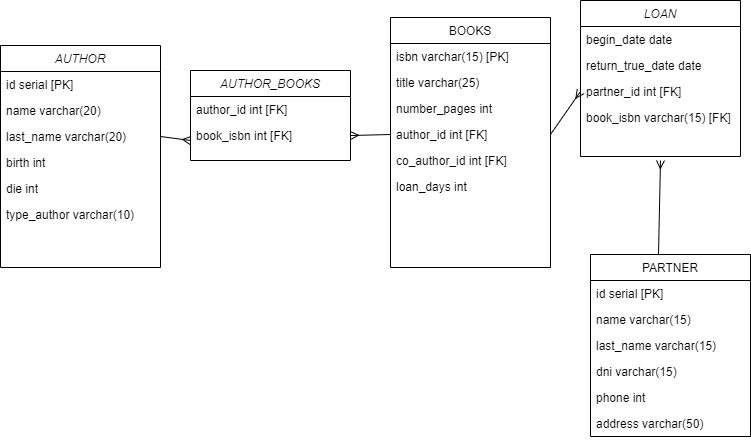
MendezPedro/Prueba_Modelamiento keeps this draw.io diagram as Modelo_Físico.png. Above is the earlier version. Source tidied: cells renumbered, new cells last; positions are measured from the earlier drawing's top-left corner, leaving out a move shared by most shapes. Source of this version:
```xml
<mxGraphModel>
  <root>
    <mxCell id="0" />
    <mxCell id="1" parent="0" />
    <mxCell id="2" value="LOAN" style="swimlane;fontStyle=2;align=center;verticalAlign=top;horizontal=1;startSize=26;rounded=0;shadow=0;strokeWidth=1;" parent="1" vertex="1">
      <mxGeometry x="580" width="160" height="156" as="geometry" />
    </mxCell>
    <mxCell id="3" value="begin_date date" style="text;align=left;verticalAlign=top;spacingLeft=4;spacingRight=4;overflow=hidden;" parent="2" vertex="1">
      <mxGeometry y="26" width="160" height="26" as="geometry" />
    </mxCell>
    <mxCell id="4" value="return_true_date date" style="text;align=left;verticalAlign=top;spacingLeft=4;spacingRight=4;overflow=hidden;rounded=0;shadow=0;html=0;" parent="2" vertex="1">
      <mxGeometry y="52" width="160" height="26" as="geometry" />
    </mxCell>
    <mxCell id="5" value="partner_id int [FK]" style="text;align=left;verticalAlign=top;spacingLeft=4;spacingRight=4;overflow=hidden;points=[[0,0.5],[1,0.5]];portConstraint=eastwest;rounded=0;shadow=0;html=0;" parent="2" vertex="1">
      <mxGeometry y="78" width="160" height="26" as="geometry" />
    </mxCell>
    <mxCell id="6" value="book_isbn varchar(15) [FK]" style="text;align=left;verticalAlign=top;spacingLeft=4;spacingRight=4;overflow=hidden;rounded=0;shadow=0;html=0;" parent="2" vertex="1">
      <mxGeometry y="104" width="160" height="26" as="geometry" />
    </mxCell>
    <mxCell id="7" value="PARTNER" style="swimlane;fontStyle=0;align=center;verticalAlign=top;horizontal=1;startSize=26;rounded=0;shadow=0;strokeWidth=1;" parent="1" vertex="1">
      <mxGeometry x="590" y="254" width="160" height="182" as="geometry" />
    </mxCell>
    <mxCell id="8" value="id serial [PK]" style="text;align=left;verticalAlign=top;spacingLeft=4;spacingRight=4;overflow=hidden;" parent="7" vertex="1">
      <mxGeometry y="26" width="160" height="26" as="geometry" />
    </mxCell>
    <mxCell id="9" value="name varchar(15)" style="text;align=left;verticalAlign=top;spacingLeft=4;spacingRight=4;overflow=hidden;" parent="7" vertex="1">
      <mxGeometry y="52" width="160" height="26" as="geometry" />
    </mxCell>
    <mxCell id="10" value="last_name varchar(15)" style="text;align=left;verticalAlign=top;spacingLeft=4;spacingRight=4;overflow=hidden;rounded=0;shadow=0;html=0;" parent="7" vertex="1">
      <mxGeometry y="78" width="160" height="26" as="geometry" />
    </mxCell>
    <mxCell id="11" value="dni varchar(15)" style="text;align=left;verticalAlign=top;spacingLeft=4;spacingRight=4;overflow=hidden;fontStyle=0;" parent="7" vertex="1">
      <mxGeometry y="104" width="160" height="26" as="geometry" />
    </mxCell>
    <mxCell id="12" value="phone int" style="text;align=left;verticalAlign=top;spacingLeft=4;spacingRight=4;overflow=hidden;" parent="7" vertex="1">
      <mxGeometry y="130" width="160" height="26" as="geometry" />
    </mxCell>
    <mxCell id="13" value="address varchar(50)" style="text;align=left;verticalAlign=top;spacingLeft=4;spacingRight=4;overflow=hidden;" parent="7" vertex="1">
      <mxGeometry y="156" width="160" height="26" as="geometry" />
    </mxCell>
    <mxCell id="14" value="BOOKS" style="swimlane;fontStyle=0;align=center;verticalAlign=top;horizontal=1;startSize=26;rounded=0;shadow=0;strokeWidth=1;" parent="1" vertex="1">
      <mxGeometry x="390" y="17" width="160" height="250" as="geometry" />
    </mxCell>
    <mxCell id="15" value="isbn varchar(15) [PK]" style="text;align=left;verticalAlign=top;spacingLeft=4;spacingRight=4;overflow=hidden;" parent="14" vertex="1">
      <mxGeometry y="26" width="160" height="26" as="geometry" />
    </mxCell>
    <mxCell id="16" value="title varchar(25)" style="text;align=left;verticalAlign=top;spacingLeft=4;spacingRight=4;overflow=hidden;rounded=0;shadow=0;html=0;" parent="14" vertex="1">
      <mxGeometry y="52" width="160" height="26" as="geometry" />
    </mxCell>
    <mxCell id="17" value="number_pages int" style="text;align=left;verticalAlign=top;spacingLeft=4;spacingRight=4;overflow=hidden;" parent="14" vertex="1">
      <mxGeometry y="78" width="160" height="26" as="geometry" />
    </mxCell>
    <mxCell id="18" value="author_id int [FK]" style="text;align=left;verticalAlign=top;spacingLeft=4;spacingRight=4;overflow=hidden;points=[[0,0.5],[1,0.5]];portConstraint=eastwest;" parent="14" vertex="1">
      <mxGeometry y="104" width="160" height="26" as="geometry" />
    </mxCell>
    <mxCell id="19" value="co_author_id int [FK]" style="text;align=left;verticalAlign=top;spacingLeft=4;spacingRight=4;overflow=hidden;" parent="14" vertex="1">
      <mxGeometry y="130" width="160" height="26" as="geometry" />
    </mxCell>
    <mxCell id="20" value="loan_days int" style="text;align=left;verticalAlign=top;spacingLeft=4;spacingRight=4;overflow=hidden;" parent="14" vertex="1">
      <mxGeometry y="156" width="160" height="26" as="geometry" />
    </mxCell>
    <mxCell id="21" style="endArrow=ERmany;html=1;entryX=0;entryY=0.5;entryDx=0;entryDy=0;endFill=0;exitX=1;exitY=0.5;exitDx=0;exitDy=0;" parent="1" edge="1" source="18" target="5">
      <mxGeometry relative="1" as="geometry" />
    </mxCell>
    <mxCell id="22" style="endArrow=none;html=1;entryX=0.425;entryY=0;entryDx=0;entryDy=0;entryPerimeter=0;startArrow=ERmany;startFill=0;" parent="1" edge="1" target="7">
      <mxGeometry relative="1" as="geometry">
        <mxPoint x="660" y="160" as="sourcePoint" />
      </mxGeometry>
    </mxCell>
    <mxCell id="23" value="AUTHOR" style="swimlane;fontStyle=2;align=center;verticalAlign=top;horizontal=1;startSize=26;rounded=0;shadow=0;strokeWidth=1;" parent="1" vertex="1">
      <mxGeometry y="45" width="160" height="222" as="geometry" />
    </mxCell>
    <mxCell id="24" value="id serial [PK]" style="text;align=left;verticalAlign=top;spacingLeft=4;spacingRight=4;overflow=hidden;rounded=0;shadow=0;html=0;" parent="23" vertex="1">
      <mxGeometry y="26" width="160" height="26" as="geometry" />
    </mxCell>
    <mxCell id="25" value="name varchar(20)" style="text;align=left;verticalAlign=top;spacingLeft=4;spacingRight=4;overflow=hidden;rounded=0;shadow=0;html=0;" parent="23" vertex="1">
      <mxGeometry y="52" width="160" height="26" as="geometry" />
    </mxCell>
    <mxCell id="26" value="last_name varchar(20)" style="text;align=left;verticalAlign=top;spacingLeft=4;spacingRight=4;overflow=hidden;points=[[0,0.5],[1,0.5]];portConstraint=eastwest;rounded=0;shadow=0;html=0;" parent="23" vertex="1">
      <mxGeometry y="78" width="160" height="26" as="geometry" />
    </mxCell>
    <mxCell id="27" value="birth int" style="text;align=left;verticalAlign=top;spacingLeft=4;spacingRight=4;overflow=hidden;rounded=0;shadow=0;html=0;" parent="23" vertex="1">
      <mxGeometry y="104" width="160" height="26" as="geometry" />
    </mxCell>
    <mxCell id="28" value="die int" style="text;align=left;verticalAlign=top;spacingLeft=4;spacingRight=4;overflow=hidden;rounded=0;shadow=0;html=0;" parent="23" vertex="1">
      <mxGeometry y="130" width="160" height="26" as="geometry" />
    </mxCell>
    <mxCell id="29" value="type_author varchar(10)" style="text;align=left;verticalAlign=top;spacingLeft=4;spacingRight=4;overflow=hidden;" parent="23" vertex="1">
      <mxGeometry y="156" width="160" height="66" as="geometry" />
    </mxCell>
    <mxCell id="30" style="endArrow=ERmany;html=1;endFill=0;exitX=0;exitY=0.5;exitDx=0;exitDy=0;entryX=1;entryY=0.5;entryDx=0;entryDy=0;" parent="1" edge="1" source="18">
      <mxGeometry relative="1" as="geometry">
        <mxPoint x="350" y="135" as="targetPoint" />
      </mxGeometry>
    </mxCell>
    <mxCell id="31" value="AUTHOR_BOOKS" style="swimlane;fontStyle=2;align=center;verticalAlign=top;horizontal=1;startSize=26;rounded=0;shadow=0;strokeWidth=1;" parent="1" vertex="1">
      <mxGeometry x="190" y="70" width="160" height="90" as="geometry" />
    </mxCell>
    <mxCell id="32" value="author_id int [FK]" style="text;align=left;verticalAlign=top;spacingLeft=4;spacingRight=4;overflow=hidden;rounded=0;shadow=0;html=0;" parent="31" vertex="1">
      <mxGeometry y="26" width="160" height="26" as="geometry" />
    </mxCell>
    <mxCell id="33" value="book_isbn int [FK]" style="text;align=left;verticalAlign=top;spacingLeft=4;spacingRight=4;overflow=hidden;rounded=0;shadow=0;html=0;" parent="31" vertex="1">
      <mxGeometry y="52" width="160" height="26" as="geometry" />
    </mxCell>
    <mxCell id="34" style="endArrow=none;html=1;entryX=1;entryY=0.5;entryDx=0;entryDy=0;startArrow=ERmany;startFill=0;" parent="1" edge="1" target="26">
      <mxGeometry relative="1" as="geometry">
        <mxPoint x="190" y="140" as="sourcePoint" />
      </mxGeometry>
    </mxCell>
  </root>
</mxGraphModel>
```
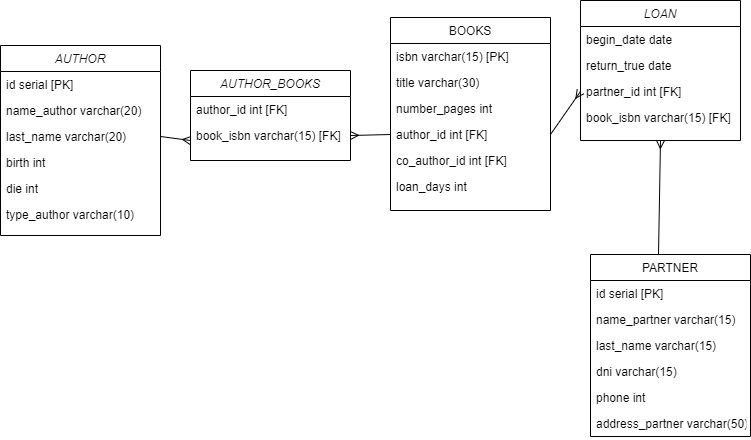
Later version of the same file.

Diff of the diagram source:
```diff
@@ -3,12 +3,12 @@
     <mxCell id="0" />
     <mxCell id="1" parent="0" />
     <mxCell id="2" value="LOAN" style="swimlane;fontStyle=2;align=center;verticalAlign=top;horizontal=1;startSize=26;rounded=0;shadow=0;strokeWidth=1;" parent="1" vertex="1">
-      <mxGeometry x="580" width="160" height="156" as="geometry" />
+      <mxGeometry x="580" width="160" height="140" as="geometry" />
     </mxCell>
     <mxCell id="3" value="begin_date date" style="text;align=left;verticalAlign=top;spacingLeft=4;spacingRight=4;overflow=hidden;" parent="2" vertex="1">
       <mxGeometry y="26" width="160" height="26" as="geometry" />
     </mxCell>
-    <mxCell id="4" value="return_true_date date" style="text;align=left;verticalAlign=top;spacingLeft=4;spacingRight=4;overflow=hidden;rounded=0;shadow=0;html=0;" parent="2" vertex="1">
+    <mxCell id="4" value="return_true date" style="text;align=left;verticalAlign=top;spacingLeft=4;spacingRight=4;overflow=hidden;rounded=0;shadow=0;html=0;" parent="2" vertex="1">
       <mxGeometry y="52" width="160" height="26" as="geometry" />
     </mxCell>
     <mxCell id="5" value="partner_id int [FK]" style="text;align=left;verticalAlign=top;spacingLeft=4;spacingRight=4;overflow=hidden;points=[[0,0.5],[1,0.5]];portConstraint=eastwest;rounded=0;shadow=0;html=0;" parent="2" vertex="1">
@@ -23,7 +23,7 @@
     <mxCell id="8" value="id serial [PK]" style="text;align=left;verticalAlign=top;spacingLeft=4;spacingRight=4;overflow=hidden;" parent="7" vertex="1">
       <mxGeometry y="26" width="160" height="26" as="geometry" />
     </mxCell>
-    <mxCell id="9" value="name varchar(15)" style="text;align=left;verticalAlign=top;spacingLeft=4;spacingRight=4;overflow=hidden;" parent="7" vertex="1">
+    <mxCell id="9" value="name_partner varchar(15)" style="text;align=left;verticalAlign=top;spacingLeft=4;spacingRight=4;overflow=hidden;" parent="7" vertex="1">
       <mxGeometry y="52" width="160" height="26" as="geometry" />
     </mxCell>
     <mxCell id="10" value="last_name varchar(15)" style="text;align=left;verticalAlign=top;spacingLeft=4;spacingRight=4;overflow=hidden;rounded=0;shadow=0;html=0;" parent="7" vertex="1">
@@ -35,16 +35,16 @@
     <mxCell id="12" value="phone int" style="text;align=left;verticalAlign=top;spacingLeft=4;spacingRight=4;overflow=hidden;" parent="7" vertex="1">
       <mxGeometry y="130" width="160" height="26" as="geometry" />
     </mxCell>
-    <mxCell id="13" value="address varchar(50)" style="text;align=left;verticalAlign=top;spacingLeft=4;spacingRight=4;overflow=hidden;" parent="7" vertex="1">
+    <mxCell id="13" value="address_partner varchar(50)" style="text;align=left;verticalAlign=top;spacingLeft=4;spacingRight=4;overflow=hidden;" parent="7" vertex="1">
       <mxGeometry y="156" width="160" height="26" as="geometry" />
     </mxCell>
     <mxCell id="14" value="BOOKS" style="swimlane;fontStyle=0;align=center;verticalAlign=top;horizontal=1;startSize=26;rounded=0;shadow=0;strokeWidth=1;" parent="1" vertex="1">
-      <mxGeometry x="390" y="17" width="160" height="250" as="geometry" />
+      <mxGeometry x="390" y="17" width="160" height="193" as="geometry" />
     </mxCell>
     <mxCell id="15" value="isbn varchar(15) [PK]" style="text;align=left;verticalAlign=top;spacingLeft=4;spacingRight=4;overflow=hidden;" parent="14" vertex="1">
       <mxGeometry y="26" width="160" height="26" as="geometry" />
     </mxCell>
-    <mxCell id="16" value="title varchar(25)" style="text;align=left;verticalAlign=top;spacingLeft=4;spacingRight=4;overflow=hidden;rounded=0;shadow=0;html=0;" parent="14" vertex="1">
+    <mxCell id="16" value="title varchar(30)" style="text;align=left;verticalAlign=top;spacingLeft=4;spacingRight=4;overflow=hidden;rounded=0;shadow=0;html=0;" parent="14" vertex="1">
       <mxGeometry y="52" width="160" height="26" as="geometry" />
     </mxCell>
     <mxCell id="17" value="number_pages int" style="text;align=left;verticalAlign=top;spacingLeft=4;spacingRight=4;overflow=hidden;" parent="14" vertex="1">
@@ -62,18 +62,16 @@
     <mxCell id="21" style="endArrow=ERmany;html=1;entryX=0;entryY=0.5;entryDx=0;entryDy=0;endFill=0;exitX=1;exitY=0.5;exitDx=0;exitDy=0;" parent="1" edge="1" source="18" target="5">
       <mxGeometry relative="1" as="geometry" />
     </mxCell>
-    <mxCell id="22" style="endArrow=none;html=1;entryX=0.425;entryY=0;entryDx=0;entryDy=0;entryPerimeter=0;startArrow=ERmany;startFill=0;" parent="1" edge="1" target="7">
-      <mxGeometry relative="1" as="geometry">
-        <mxPoint x="660" y="160" as="sourcePoint" />
-      </mxGeometry>
+    <mxCell id="22" style="endArrow=none;html=1;entryX=0.425;entryY=0;entryDx=0;entryDy=0;entryPerimeter=0;startArrow=ERmany;startFill=0;exitX=0.5;exitY=1;exitDx=0;exitDy=0;" parent="1" edge="1" source="2" target="7">
+      <mxGeometry relative="1" as="geometry" />
     </mxCell>
     <mxCell id="23" value="AUTHOR" style="swimlane;fontStyle=2;align=center;verticalAlign=top;horizontal=1;startSize=26;rounded=0;shadow=0;strokeWidth=1;" parent="1" vertex="1">
-      <mxGeometry y="45" width="160" height="222" as="geometry" />
+      <mxGeometry y="45" width="160" height="190" as="geometry" />
     </mxCell>
     <mxCell id="24" value="id serial [PK]" style="text;align=left;verticalAlign=top;spacingLeft=4;spacingRight=4;overflow=hidden;rounded=0;shadow=0;html=0;" parent="23" vertex="1">
       <mxGeometry y="26" width="160" height="26" as="geometry" />
     </mxCell>
-    <mxCell id="25" value="name varchar(20)" style="text;align=left;verticalAlign=top;spacingLeft=4;spacingRight=4;overflow=hidden;rounded=0;shadow=0;html=0;" parent="23" vertex="1">
+    <mxCell id="25" value="name_author varchar(20)" style="text;align=left;verticalAlign=top;spacingLeft=4;spacingRight=4;overflow=hidden;rounded=0;shadow=0;html=0;" parent="23" vertex="1">
       <mxGeometry y="52" width="160" height="26" as="geometry" />
     </mxCell>
     <mxCell id="26" value="last_name varchar(20)" style="text;align=left;verticalAlign=top;spacingLeft=4;spacingRight=4;overflow=hidden;points=[[0,0.5],[1,0.5]];portConstraint=eastwest;rounded=0;shadow=0;html=0;" parent="23" vertex="1">
@@ -86,7 +84,7 @@
       <mxGeometry y="130" width="160" height="26" as="geometry" />
     </mxCell>
     <mxCell id="29" value="type_author varchar(10)" style="text;align=left;verticalAlign=top;spacingLeft=4;spacingRight=4;overflow=hidden;" parent="23" vertex="1">
-      <mxGeometry y="156" width="160" height="66" as="geometry" />
+      <mxGeometry y="156" width="160" height="34" as="geometry" />
     </mxCell>
     <mxCell id="30" style="endArrow=ERmany;html=1;endFill=0;exitX=0;exitY=0.5;exitDx=0;exitDy=0;entryX=1;entryY=0.5;entryDx=0;entryDy=0;" parent="1" edge="1" source="18">
       <mxGeometry relative="1" as="geometry">
@@ -99,7 +97,7 @@
     <mxCell id="32" value="author_id int [FK]" style="text;align=left;verticalAlign=top;spacingLeft=4;spacingRight=4;overflow=hidden;rounded=0;shadow=0;html=0;" parent="31" vertex="1">
       <mxGeometry y="26" width="160" height="26" as="geometry" />
     </mxCell>
-    <mxCell id="33" value="book_isbn int [FK]" style="text;align=left;verticalAlign=top;spacingLeft=4;spacingRight=4;overflow=hidden;rounded=0;shadow=0;html=0;" parent="31" vertex="1">
+    <mxCell id="33" value="book_isbn varchar(15) [FK]" style="text;align=left;verticalAlign=top;spacingLeft=4;spacingRight=4;overflow=hidden;rounded=0;shadow=0;html=0;" parent="31" vertex="1">
       <mxGeometry y="52" width="160" height="26" as="geometry" />
     </mxCell>
     <mxCell id="34" style="endArrow=none;html=1;entryX=1;entryY=0.5;entryDx=0;entryDy=0;startArrow=ERmany;startFill=0;" parent="1" edge="1" target="26">
```
